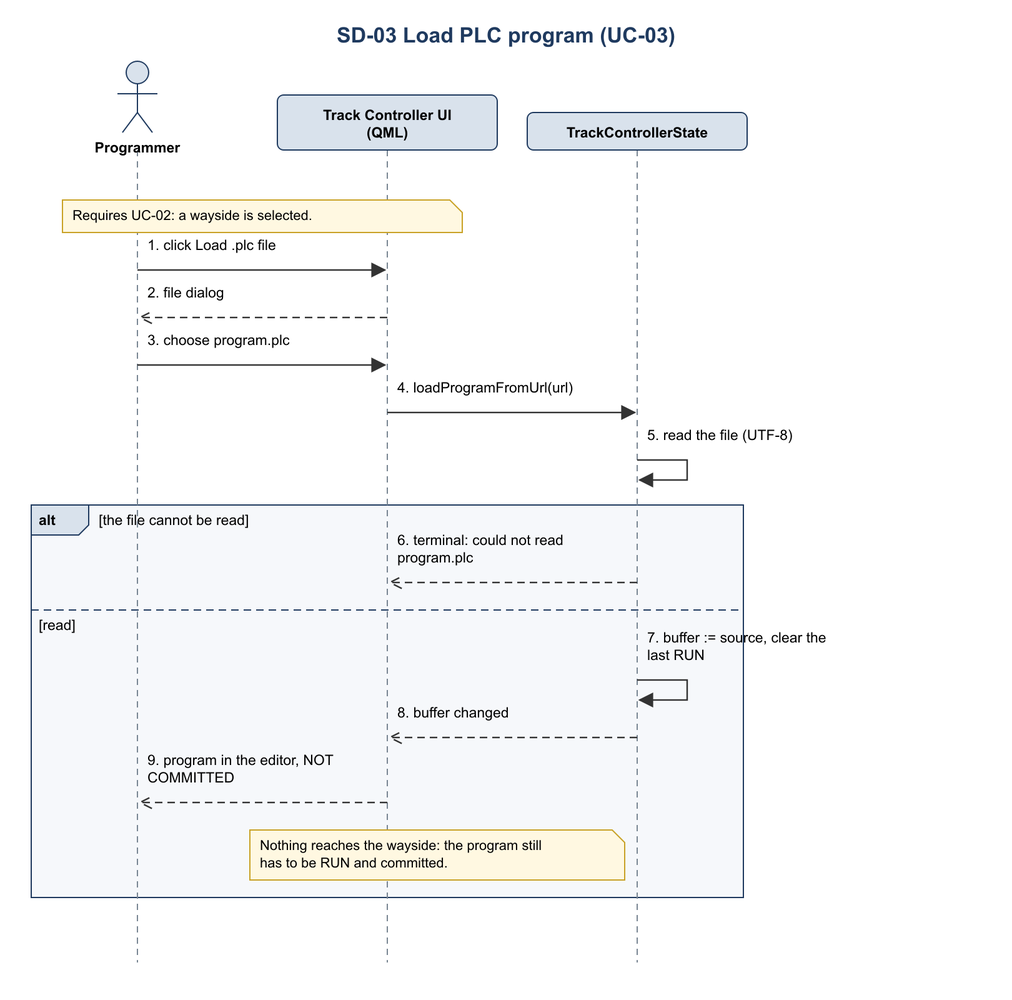
Landiss04/Track-Overflow keeps this Mermaid diagram as documents/uml/track_ctrl_sw/sequence/sd03_load_plc_program.png. Above is the earlier version. Its source is kept beside it as documents/uml/track_ctrl_sw/sequence/sd03_load_plc_program.mmd. The source it was exported from:
```mermaid
sequenceDiagram
    autonumber
    actor P as Programmer
    participant UI as Track Controller UI (QML)
    participant S as TrackControllerState
    Note over P,UI: Requires UC-02: a wayside is selected.
    P->>UI: click Load .plc file
    UI-->>P: file dialog
    P->>UI: choose program.plc
    UI->>S: loadProgramFromUrl(url)
    S->>S: read the file (UTF-8)
    alt the file cannot be read
        S-->>UI: terminal: could not read program.plc
    else read
        S->>S: buffer := source, clear the last RUN
        S-->>UI: buffer changed
        UI-->>P: program in the editor, NOT COMMITTED
        Note right of S: Nothing reaches the wayside: the program still has to be RUN and committed.
    end
```
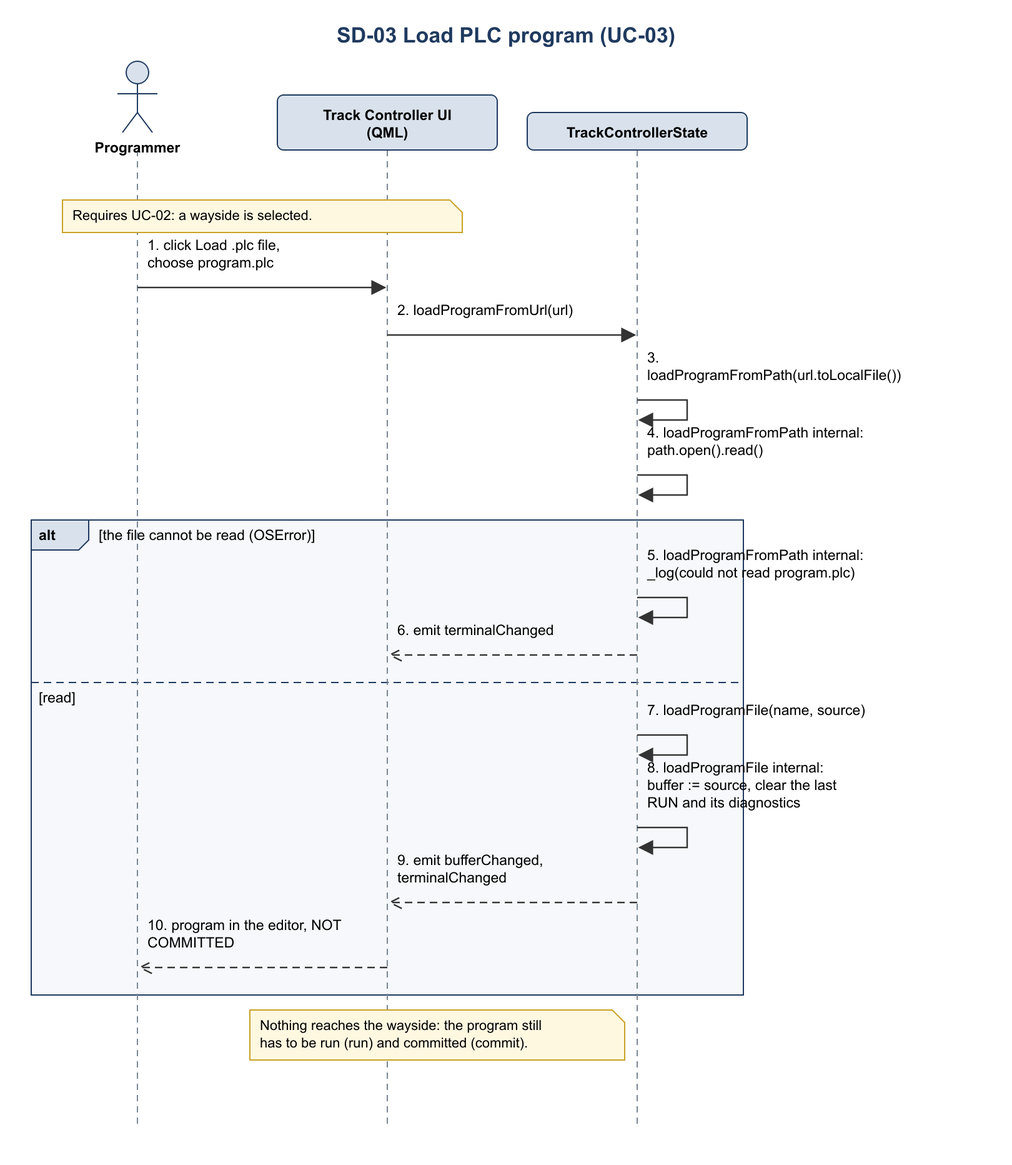
After the change.

What changed in the source:
```diff
@@ -4,16 +4,17 @@
     participant UI as Track Controller UI (QML)
     participant S as TrackControllerState
     Note over P,UI: Requires UC-02: a wayside is selected.
-    P->>UI: click Load .plc file
-    UI-->>P: file dialog
-    P->>UI: choose program.plc
+    P->>UI: click Load .plc file, choose program.plc
     UI->>S: loadProgramFromUrl(url)
-    S->>S: read the file (UTF-8)
-    alt the file cannot be read
-        S-->>UI: terminal: could not read program.plc
+    S->>S: loadProgramFromPath(url.toLocalFile())
+    S->>S: loadProgramFromPath internal: path.open().read()
+    alt the file cannot be read (OSError)
+        S->>S: loadProgramFromPath internal: _log(could not read program.plc)
+        S-->>UI: emit terminalChanged
     else read
-        S->>S: buffer := source, clear the last RUN
-        S-->>UI: buffer changed
+        S->>S: loadProgramFile(name, source)
+        S->>S: loadProgramFile internal: buffer := source, clear the last RUN and its diagnostics
+        S-->>UI: emit bufferChanged, terminalChanged
         UI-->>P: program in the editor, NOT COMMITTED
-        Note right of S: Nothing reaches the wayside: the program still has to be RUN and committed.
     end
+    Note right of S: Nothing reaches the wayside: the program still has to be run (run) and committed (commit).
```
